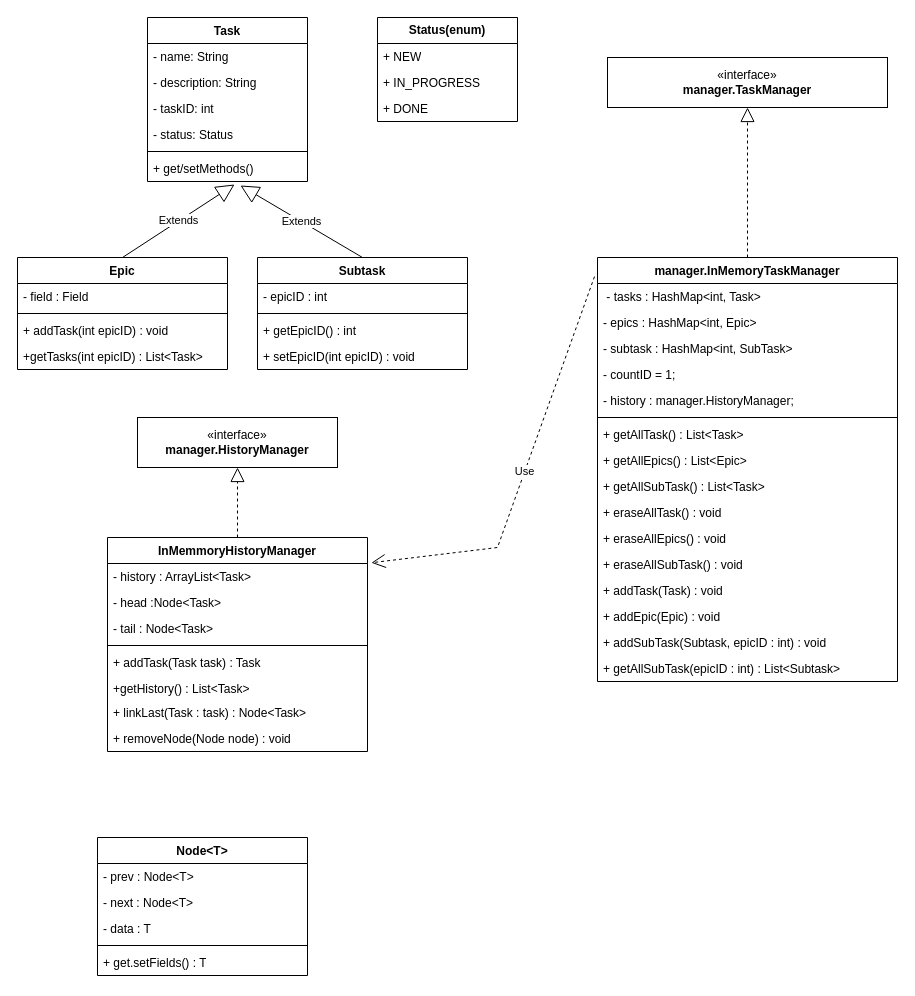
Clim-Chugunkin/java-kanban keeps this draw.io diagram as page "UML" (1 of 2) of UML.drawio. Above is the earlier version. Source tidied: cells renumbered, new cells numbered last; positions are measured from the earlier drawing's top-left corner, leaving out a move shared by most shapes. Both pictures are drawn from the tidied source at 100%, with x=0, y=0 at pixel (17, 17).
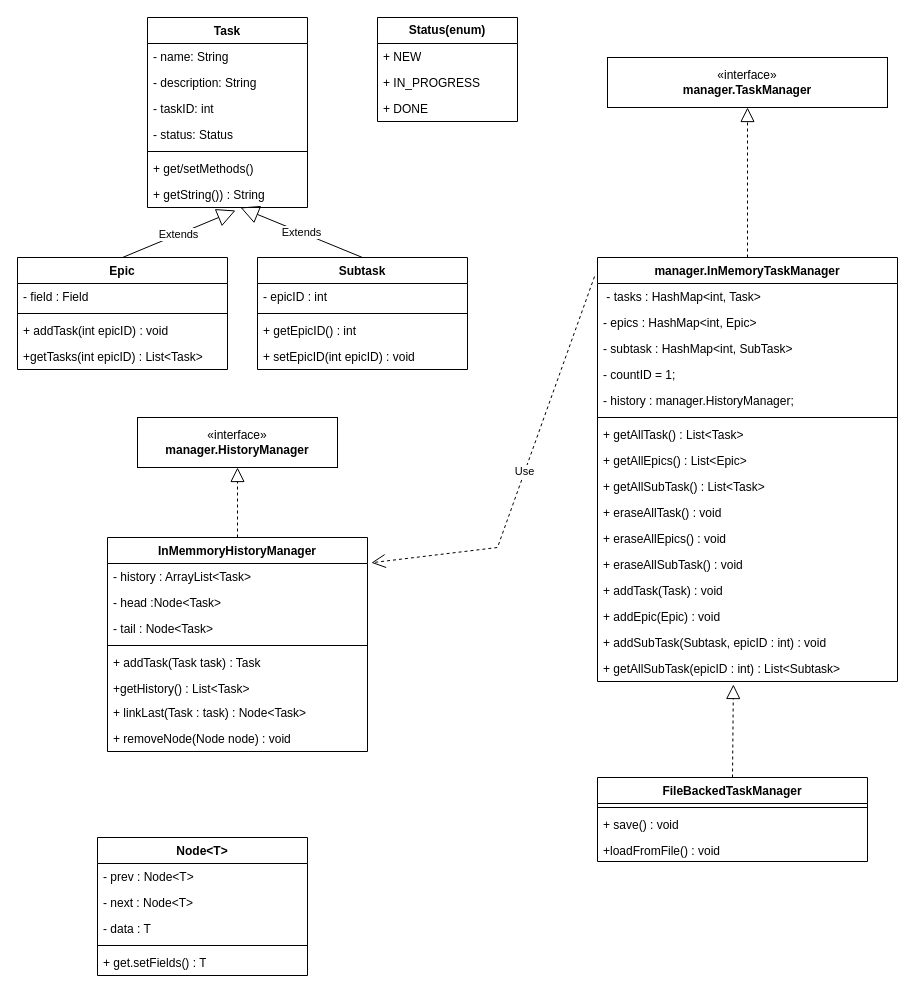
Above is the later version.

Unchanged cells that the change refers to:
```xml
<mxCell id="8" value="+ get/setMethods()" style="text;strokeColor=none;fillColor=none;align=left;verticalAlign=top;spacingLeft=4;spacingRight=4;overflow=hidden;points=[[0,0.5],[1,0.5]];portConstraint=eastwest;whiteSpace=wrap;html=1;" parent="2" vertex="1">
  <mxGeometry y="138" width="160" height="26" as="geometry" />
</mxCell>
<mxCell id="13" value="Epic" style="swimlane;fontStyle=1;align=center;verticalAlign=top;horizontal=1;startSize=26;whiteSpace=wrap;html=1;" parent="1" vertex="1">
  <mxGeometry y="240" width="210" height="112" as="geometry" />
</mxCell>
<mxCell id="35" value="+ getAllSubTask(epicID : int) : List&amp;lt;Subtask&amp;gt;&amp;nbsp;" style="text;strokeColor=none;fillColor=none;align=left;verticalAlign=top;spacingLeft=4;spacingRight=4;overflow=hidden;points=[[0,0.5],[1,0.5]];portConstraint=eastwest;whiteSpace=wrap;html=1;" parent="19" vertex="1">
  <mxGeometry y="398" width="300" height="26" as="geometry" />
</mxCell>
<mxCell id="36" value="Subtask" style="swimlane;fontStyle=1;align=center;verticalAlign=top;horizontal=1;startSize=26;whiteSpace=wrap;html=1;" parent="1" vertex="1">
  <mxGeometry x="240" y="240" width="210" height="112" as="geometry" />
</mxCell>
```

What changed in the source:
```diff
@@
     <mxCell id="2" value="Task" style="swimlane;fontStyle=1;align=center;verticalAlign=top;horizontal=1;startSize=26;whiteSpace=wrap;html=1;" parent="1" vertex="1">
-      <mxGeometry x="130" width="160" height="164" as="geometry" />
+      <mxGeometry x="130" width="160" height="190" as="geometry" />
     </mxCell>
@@
+    <mxCell id="62" value="+ getString()) : String" style="text;strokeColor=none;fillColor=none;align=left;verticalAlign=top;spacingLeft=4;spacingRight=4;overflow=hidden;points=[[0,0.5],[1,0.5]];portConstraint=eastwest;whiteSpace=wrap;html=1;" parent="2" vertex="1">
+      <mxGeometry y="164" width="160" height="26" as="geometry" />
+    </mxCell>
@@
-    <mxCell id="18" value="Extends" style="endArrow=block;endSize=16;endFill=0;html=1;rounded=0;exitX=0.5;exitY=0;exitDx=0;exitDy=0;entryX=0.544;entryY=1.115;entryDx=0;entryDy=0;entryPerimeter=0;" parent="1" edge="1" source="13" target="8">
+    <mxCell id="18" value="Extends" style="endArrow=block;endSize=16;endFill=0;html=1;rounded=0;exitX=0.5;exitY=0;exitDx=0;exitDy=0;entryX=0.55;entryY=1.115;entryDx=0;entryDy=0;entryPerimeter=0;" parent="1" edge="1" source="13" target="62">
       <mxGeometry relative="1" as="geometry" />
     </mxCell>
@@
-    <mxCell id="41" value="Extends" style="endArrow=block;endSize=16;endFill=0;html=1;rounded=0;exitX=0.5;exitY=0;exitDx=0;exitDy=0;entryX=0.581;entryY=1.154;entryDx=0;entryDy=0;entryPerimeter=0;" parent="1" edge="1" source="36" target="8">
-      <mxGeometry relative="1" as="geometry" />
+    <mxCell id="41" value="Extends" style="endArrow=block;endSize=16;endFill=0;html=1;rounded=0;exitX=0.5;exitY=0;exitDx=0;exitDy=0;" parent="1" edge="1" source="36">
+      <mxGeometry relative="1" as="geometry">
+        <mxPoint x="223" y="190" as="targetPoint" />
+      </mxGeometry>
     </mxCell>
@@
+    <mxCell id="63" value="FileBackedTaskManager" style="swimlane;fontStyle=1;align=center;verticalAlign=top;horizontal=1;startSize=26;whiteSpace=wrap;html=1;" parent="1" vertex="1">
+      <mxGeometry x="580" y="760" width="270" height="84" as="geometry" />
+    </mxCell>
+    <mxCell id="64" style="line;strokeWidth=1;fillColor=none;align=left;verticalAlign=middle;spacingTop=-1;spacingLeft=3;spacingRight=3;labelPosition=right;strokeColor=inherit;" parent="63" vertex="1">
+      <mxGeometry y="26" width="270" height="8" as="geometry" />
+    </mxCell>
+    <mxCell id="65" value="+ save() : void" style="text;strokeColor=none;fillColor=none;align=left;verticalAlign=top;spacingLeft=4;spacingRight=4;overflow=hidden;whiteSpace=wrap;html=1;" parent="63" vertex="1">
+      <mxGeometry y="34" width="270" height="26" as="geometry" />
+    </mxCell>
+    <mxCell id="66" value="+loadFromFile() : void" style="text;strokeColor=none;fillColor=none;align=left;verticalAlign=top;spacingLeft=4;spacingRight=4;overflow=hidden;whiteSpace=wrap;html=1;" parent="63" vertex="1">
+      <mxGeometry y="60" width="270" height="24" as="geometry" />
+    </mxCell>
+    <mxCell id="67" style="endArrow=block;dashed=1;endFill=0;endSize=12;html=1;rounded=0;exitX=0.5;exitY=0;exitDx=0;exitDy=0;entryX=0.453;entryY=1.115;entryDx=0;entryDy=0;entryPerimeter=0;" parent="1" edge="1" source="63" target="35">
+      <mxGeometry relative="1" as="geometry" />
+    </mxCell>
```
